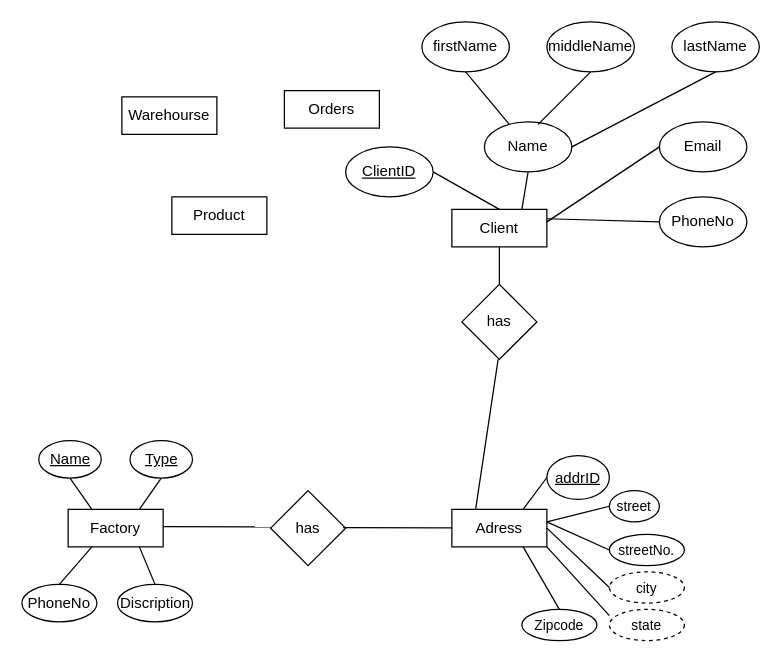
Before: Untitled Diagram.drawio in xichun1021/xichun1021, a draw.io diagram. Source tidied: cells renumbered, new cells numbered last; positions are measured from the earlier drawing's top-left corner, leaving out a move shared by most shapes. Both pictures are drawn from the tidied source at 125%, with x=0, y=0 at pixel (21, 21).
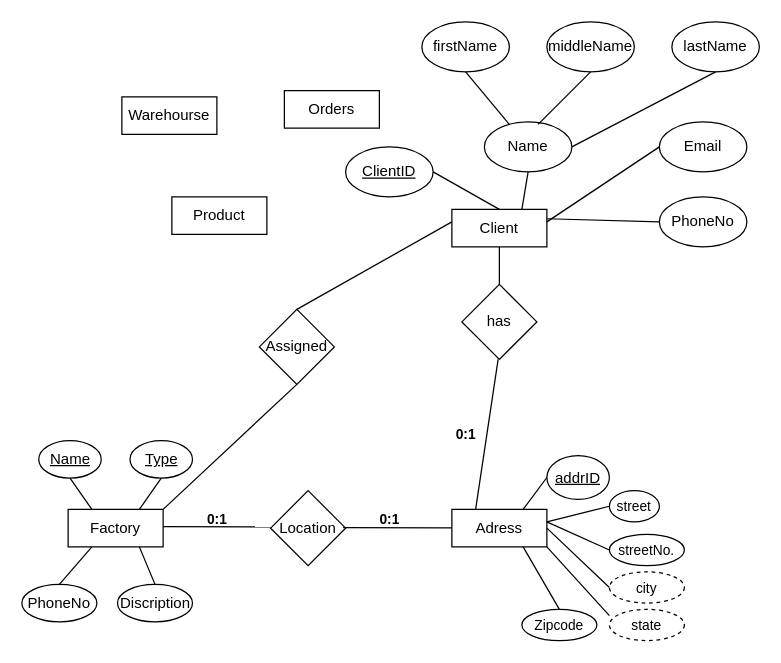
Above is the later version.

Unchanged cells that the change refers to:
```xml
<mxCell id="14" value="Factory" style="rounded=0;whiteSpace=wrap;html=1;" parent="1" vertex="1">
  <mxGeometry x="37" y="390" width="76" height="30" as="geometry" />
</mxCell>
```

The edit, as a diff of the source:
```diff
@@
-    <mxCell id="27" value="has" style="rhombus;whiteSpace=wrap;html=1;" parent="1" vertex="1">
+    <mxCell id="27" value="Location" style="rhombus;whiteSpace=wrap;html=1;" parent="1" vertex="1">
       <mxGeometry x="199" y="375" width="60" height="60" as="geometry" />
     </mxCell>
@@
+    <mxCell id="48" value="0:1" style="text;html=1;align=center;verticalAlign=middle;fillColor=none;strokeColor=none;rounded=0;dashed=1;fontSize=11;fontStyle=1;" parent="1" vertex="1">
+      <mxGeometry x="140.5" y="388" width="30" height="20" as="geometry" />
+    </mxCell>
+    <mxCell id="49" value="0:1" style="text;html=1;align=center;verticalAlign=middle;fillColor=none;strokeColor=none;rounded=0;dashed=1;fontSize=11;fontStyle=1;" parent="1" vertex="1">
+      <mxGeometry x="279" y="388" width="30" height="20" as="geometry" />
+    </mxCell>
+    <mxCell id="50" value="0:1" style="text;html=1;align=center;verticalAlign=middle;fillColor=none;strokeColor=none;rounded=0;dashed=1;fontSize=11;fontStyle=1;" parent="1" vertex="1">
+      <mxGeometry x="340" y="320" width="30" height="20" as="geometry" />
+    </mxCell>
+    <mxCell id="51" value="Assigned" style="rhombus;whiteSpace=wrap;html=1;" parent="1" vertex="1">
+      <mxGeometry x="190" y="230" width="60" height="60" as="geometry" />
+    </mxCell>
+    <mxCell id="52" style="endArrow=none;html=1;rounded=0;exitX=0.5;exitY=0;exitDx=0;exitDy=0;" parent="1" edge="1" source="51">
+      <mxGeometry relative="1" as="geometry">
+        <mxPoint x="344" y="160" as="targetPoint" />
+      </mxGeometry>
+    </mxCell>
+    <mxCell id="53" style="endArrow=none;html=1;rounded=0;exitX=1;exitY=0;exitDx=0;exitDy=0;" parent="1" edge="1" source="14">
+      <mxGeometry relative="1" as="geometry">
+        <mxPoint x="220" y="290" as="targetPoint" />
+      </mxGeometry>
+    </mxCell>
```
